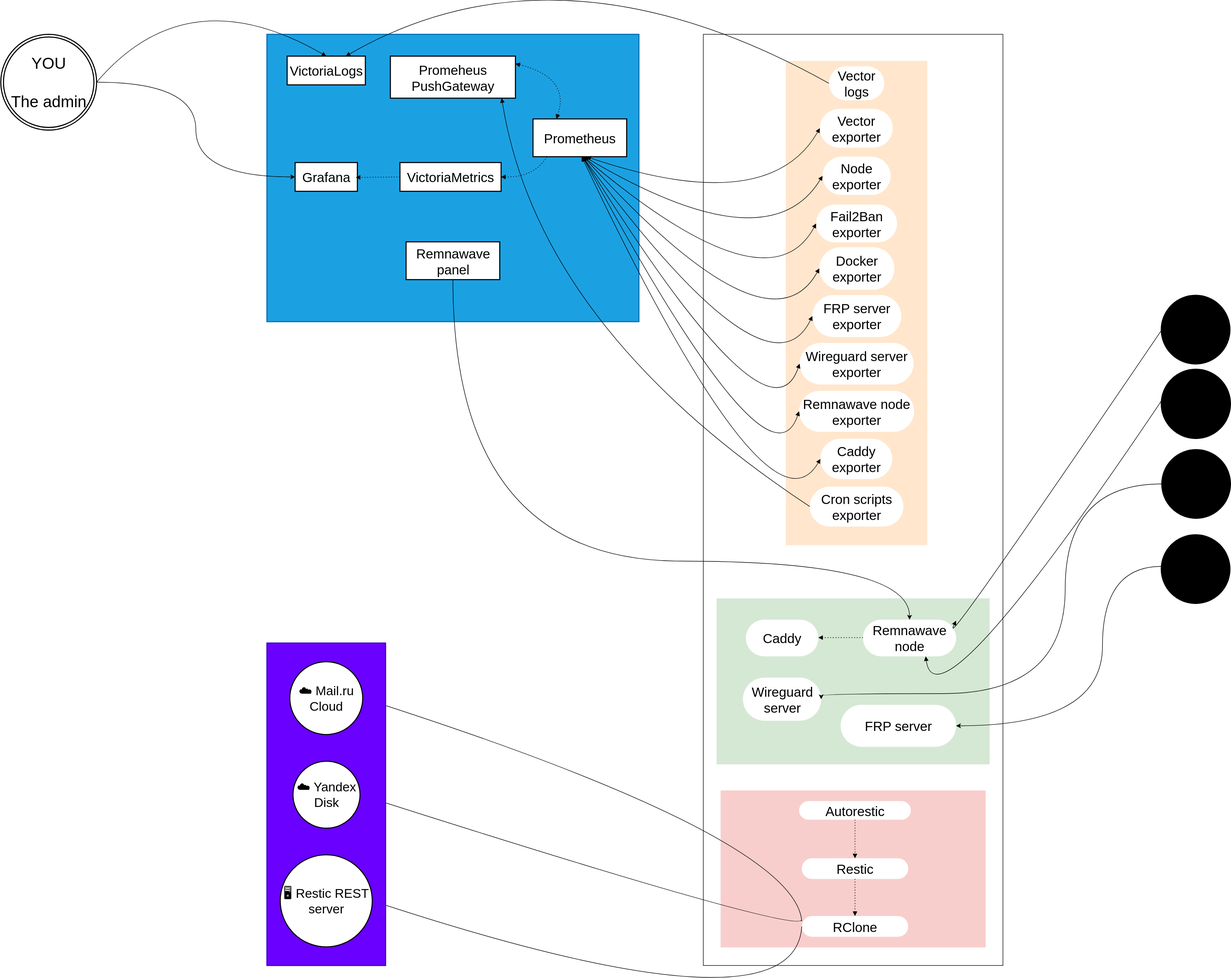
Kenya-West/ansible-my keeps this draw.io diagram as docs/Images/Ansible-my scheme.drawio.svg. Above is the earlier version. Source tidied: cells renumbered, new cells last; positions are measured from the earlier drawing's top-left corner, leaving out a move shared by most shapes.
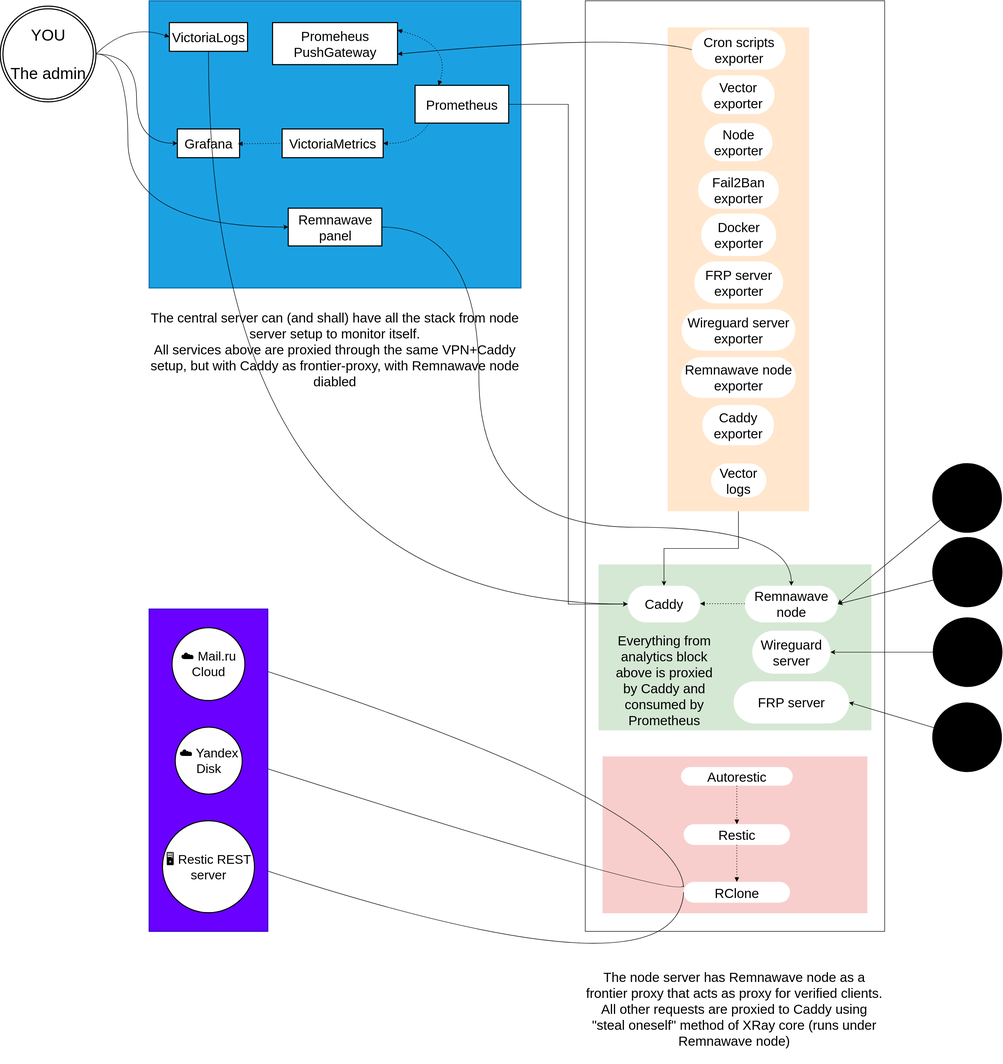
Later version of the same file.

What changed in the source:
```diff
@@ -41,7 +41,7 @@
       </mxGeometry>
     </mxCell>
     <mxCell id="12" style="group;" parent="1" vertex="1">
-      <mxGeometry x="1320" y="190" width="563" height="1750" as="geometry" />
+      <mxGeometry x="1320" y="190" width="730" height="1750" as="geometry" />
     </mxCell>
     <mxCell id="13" parent="12" vertex="1">
       <mxGeometry width="563" height="1750" as="geometry" />
@@ -65,7 +65,7 @@
       <mxGeometry x="50" y="440" width="167" height="79" as="geometry" />
     </mxCell>
     <mxCell id="20" value="Cron scripts exporter" style="rounded=1;whiteSpace=wrap;arcSize=50;strokeWidth=2;fontSize=25;strokeColor=none;" parent="14" vertex="1">
-      <mxGeometry x="45" y="800" width="176" height="75" as="geometry" />
+      <mxGeometry x="45.5" y="4.5" width="176" height="75" as="geometry" />
     </mxCell>
     <mxCell id="21" value="Docker exporter" style="rounded=1;whiteSpace=wrap;arcSize=50;strokeWidth=2;fontSize=25;strokeColor=none;" parent="14" vertex="1">
       <mxGeometry x="63" y="350" width="141" height="80" as="geometry" />
@@ -80,10 +80,10 @@
       <mxGeometry x="64" y="90" width="137" height="73" as="geometry" />
     </mxCell>
     <mxCell id="25" value="Vector logs" style="rounded=1;whiteSpace=wrap;arcSize=50;strokeWidth=2;fontSize=25;strokeColor=none;" parent="14" vertex="1">
-      <mxGeometry x="81" y="10" width="104" height="64" as="geometry" />
+      <mxGeometry x="81.5" y="820" width="104" height="64" as="geometry" />
     </mxCell>
     <mxCell id="26" style="group;" parent="12" vertex="1">
-      <mxGeometry x="25" y="1060" width="513" height="312" as="geometry" />
+      <mxGeometry x="25" y="1060" width="705" height="350" as="geometry" />
     </mxCell>
     <mxCell id="27" style="whiteSpace=wrap;strokeWidth=2;fillColor=#d5e8d4;strokeColor=none;" parent="26" vertex="1">
       <mxGeometry width="513" height="312" as="geometry" />
@@ -95,14 +95,17 @@
       <mxGeometry x="275" y="40" width="175" height="69" as="geometry" />
     </mxCell>
     <mxCell id="30" value="Wireguard server" style="rounded=1;whiteSpace=wrap;arcSize=50;strokeWidth=2;fontSize=25;strokeColor=none;" parent="26" vertex="1">
-      <mxGeometry x="49.5" y="149" width="147" height="81" as="geometry" />
+      <mxGeometry x="289" y="124.5" width="147" height="81" as="geometry" />
     </mxCell>
     <mxCell id="31" value="FRP server" style="rounded=1;whiteSpace=wrap;arcSize=50;strokeWidth=2;fontSize=25;strokeColor=none;" parent="26" vertex="1">
-      <mxGeometry x="233" y="200" width="217" height="79" as="geometry" />
+      <mxGeometry x="254" y="220" width="217" height="79" as="geometry" />
     </mxCell>
     <mxCell id="32" style="curved=1;dashed=1;dashPattern=2 3;startArrow=none;endArrow=block;exitX=0;exitY=0.49;entryX=1.01;entryY=0.49;rounded=0;" parent="26" edge="1" source="29" target="28">
       <mxGeometry relative="1" as="geometry" />
     </mxCell>
+    <mxCell id="71" value="Everything from &lt;font style=&quot;color: light-dark(rgb(0, 0, 0), rgb(173, 151, 20));&quot;&gt;analytics&lt;/font&gt; block above is proxied by Caddy and consumed by Prometheus" style="text;strokeColor=none;align=center;fillColor=none;html=1;verticalAlign=middle;whiteSpace=wrap;rounded=0;labelBorderColor=none;textShadow=0;labelBackgroundColor=none;fontSize=25;" parent="26" vertex="1">
+      <mxGeometry x="15.5" y="124.5" width="215" height="185.5" as="geometry" />
+    </mxCell>
     <mxCell id="33" style="group;" parent="12" vertex="1">
       <mxGeometry x="32.5" y="1421" width="498" height="295" as="geometry" />
     </mxCell>
@@ -124,20 +127,37 @@
     <mxCell id="39" style="edgeStyle=orthogonalEdgeStyle;rounded=0;jettySize=auto;html=1;entryX=0.5;entryY=0;entryDx=0;entryDy=0;dashed=1;dashPattern=2 3;strokeColor=default;align=center;verticalAlign=middle;fontFamily=Helvetica;fontSize=11;fontColor=default;labelBackgroundColor=default;startArrow=none;endArrow=block;curved=1;" parent="33" edge="1" source="36" target="37">
       <mxGeometry relative="1" as="geometry" />
     </mxCell>
+    <mxCell id="72" style="edgeStyle=orthogonalEdgeStyle;rounded=0;jettySize=auto;html=1;" parent="12" edge="1" source="15" target="28">
+      <mxGeometry relative="1" as="geometry" />
+    </mxCell>
     <mxCell id="40" style="group;fillColor=light-dark(#FFFFFF,#616161);" parent="1" vertex="1">
       <mxGeometry x="500" y="1334" width="223" height="606" as="geometry" />
     </mxCell>
+    <mxCell id="57" style="rounded=0;jettySize=auto;html=1;entryX=1;entryY=0.5;entryDx=0;entryDy=0;" parent="1" edge="1" source="41" target="29">
+      <mxGeometry relative="1" as="geometry" />
+    </mxCell>
     <mxCell id="41" value="Website&#10;user" style="ellipse;fillColor=strokeColor;fontColor=light-dark(#000000,#0F0F0F);fontSize=30;" parent="1" vertex="1">
-      <mxGeometry x="2180" y="819" width="131" height="131" as="geometry" />
+      <mxGeometry x="1973" y="1199" width="131" height="131" as="geometry" />
     </mxCell>
+    <mxCell id="58" style="rounded=0;jettySize=auto;html=1;entryX=1;entryY=0.5;entryDx=0;entryDy=0;" parent="1" edge="1" source="42" target="29">
+      <mxGeometry relative="1" as="geometry" />
+    </mxCell>
     <mxCell id="42" value="VPN&#10;user" style="ellipse;fillColor=strokeColor;fontColor=light-dark(#000000,#0F0F0F);fontSize=30;" parent="1" vertex="1">
-      <mxGeometry x="2180" y="680" width="130" height="130" as="geometry" />
+      <mxGeometry x="1973" y="1060" width="130" height="130" as="geometry" />
     </mxCell>
     <mxCell id="43" style="edgeStyle=orthogonalEdgeStyle;rounded=0;jettySize=auto;html=1;entryX=0;entryY=0.5;entryDx=0;entryDy=0;curved=1;" parent="1" edge="1" source="44" target="5">
       <mxGeometry relative="1" as="geometry" />
     </mxCell>
+    <mxCell id="73" style="edgeStyle=orthogonalEdgeStyle;rounded=0;jettySize=auto;html=1;entryX=0;entryY=0.5;entryDx=0;entryDy=0;curved=1;exitX=1;exitY=0.5;exitDx=0;exitDy=0;" parent="1" edge="1" source="44" target="9">
+      <mxGeometry relative="1" as="geometry">
+        <Array as="points">
+          <mxPoint x="460" y="290" />
+          <mxPoint x="460" y="615" />
+        </Array>
+      </mxGeometry>
+    </mxCell>
     <mxCell id="44" value="YOU&#10;&#10;The admin" style="ellipse;shape=doubleEllipse;strokeWidth=2;whiteSpace=wrap;fontSize=30;" parent="1" vertex="1">
-      <mxGeometry y="190" width="180" height="180" as="geometry" />
+      <mxGeometry x="220" y="200" width="180" height="180" as="geometry" />
     </mxCell>
     <mxCell id="45" style="curved=1;startArrow=none;endArrow=block;exitX=0;exitY=0.25;entryX=1;entryY=0.5;rounded=0;exitDx=0;exitDy=0;" parent="1" edge="1" source="37" target="66">
       <mxGeometry relative="1" as="geometry">
@@ -160,117 +180,31 @@
         </Array>
       </mxGeometry>
     </mxCell>
-    <mxCell id="48" style="curved=1;startArrow=block;endArrow=block;exitX=0;exitY=0.5;entryX=0.52;entryY=1;rounded=0;" parent="1" edge="1" source="16" target="4">
-      <mxGeometry relative="1" as="geometry">
-        <Array as="points">
-          <mxPoint x="1442" y="1158" />
-        </Array>
-      </mxGeometry>
-    </mxCell>
-    <mxCell id="49" style="curved=1;startArrow=block;endArrow=block;exitX=0;exitY=0.5;entryX=0.53;entryY=1;rounded=0;" parent="1" edge="1" source="17" target="4">
-      <mxGeometry relative="1" as="geometry">
-        <Array as="points">
-          <mxPoint x="1442" y="1069" />
-        </Array>
-      </mxGeometry>
-    </mxCell>
-    <mxCell id="50" style="curved=1;startArrow=block;endArrow=block;exitX=0;exitY=0.5;entryX=0.53;entryY=1;rounded=0;" parent="1" edge="1" source="18" target="4">
-      <mxGeometry relative="1" as="geometry">
-        <Array as="points">
-          <mxPoint x="1442" y="980" />
-        </Array>
-      </mxGeometry>
-    </mxCell>
-    <mxCell id="51" style="curved=1;startArrow=block;endArrow=block;exitX=0;exitY=0.5;entryX=0.53;entryY=1;rounded=0;" parent="1" edge="1" source="19" target="4">
-      <mxGeometry relative="1" as="geometry">
-        <Array as="points">
-          <mxPoint x="1442" y="891" />
-        </Array>
-      </mxGeometry>
-    </mxCell>
-    <mxCell id="52" style="curved=1;startArrow=block;endArrow=block;exitX=0;exitY=0.5;entryX=0.54;entryY=1;rounded=0;" parent="1" edge="1" source="21" target="4">
-      <mxGeometry relative="1" as="geometry">
-        <Array as="points">
-          <mxPoint x="1442" y="802" />
-        </Array>
-      </mxGeometry>
-    </mxCell>
-    <mxCell id="53" style="curved=1;startArrow=block;endArrow=block;exitX=0;exitY=0.5;entryX=0.54;entryY=1;rounded=0;" parent="1" edge="1" source="22" target="4">
-      <mxGeometry relative="1" as="geometry">
-        <Array as="points">
-          <mxPoint x="1442" y="713" />
-        </Array>
-      </mxGeometry>
-    </mxCell>
-    <mxCell id="54" style="curved=1;startArrow=block;endArrow=block;exitX=0;exitY=0.5;entryX=0.55;entryY=1;rounded=0;" parent="1" edge="1" source="23" target="4">
-      <mxGeometry relative="1" as="geometry">
-        <Array as="points">
-          <mxPoint x="1442" y="624" />
-        </Array>
-      </mxGeometry>
-    </mxCell>
-    <mxCell id="55" style="curved=1;startArrow=block;endArrow=block;exitX=0;exitY=0.5;entryX=0.57;entryY=1;rounded=0;" parent="1" edge="1" source="24" target="4">
-      <mxGeometry relative="1" as="geometry">
-        <Array as="points">
-          <mxPoint x="1442" y="535" />
-        </Array>
-      </mxGeometry>
-    </mxCell>
-    <mxCell id="56" style="curved=1;startArrow=none;endArrow=block;exitX=0;exitY=0.5;entryX=0.89;entryY=1;rounded=0;" parent="1" edge="1" source="20" target="8">
+    <mxCell id="56" style="curved=1;startArrow=none;endArrow=block;exitX=0;exitY=0.5;entryX=1;entryY=0.75;rounded=0;entryDx=0;entryDy=0;" parent="1" edge="1" source="20" target="8">
       <mxGeometry relative="1" as="geometry">
         <Array as="points">
-          <mxPoint x="1010" y="740" />
+          <mxPoint x="1400" y="250" />
         </Array>
       </mxGeometry>
     </mxCell>
-    <mxCell id="57" style="curved=1;startArrow=none;endArrow=block;exitX=-0.02;exitY=0.46;entryX=0.67;entryY=0.99;rounded=0;" parent="1" edge="1" source="41" target="29">
-      <mxGeometry relative="1" as="geometry">
-        <Array as="points">
-          <mxPoint x="1758" y="1507" />
-        </Array>
-      </mxGeometry>
-    </mxCell>
-    <mxCell id="58" style="curved=1;startArrow=none;endArrow=block;exitX=-0.02;exitY=0.52;entryX=1;entryY=0.03;rounded=0;" parent="1" edge="1" source="42" target="29">
-      <mxGeometry relative="1" as="geometry">
-        <Array as="points">
-          <mxPoint x="1758" y="1368" />
-        </Array>
-      </mxGeometry>
-    </mxCell>
-    <mxCell id="59" style="curved=1;startArrow=none;endArrow=block;exitX=0;exitY=0.5;entryX=0.75;entryY=0;rounded=0;entryDx=0;entryDy=0;" parent="1" edge="1" source="25" target="7">
-      <mxGeometry relative="1" as="geometry">
-        <Array as="points">
-          <mxPoint x="1050" />
-        </Array>
-      </mxGeometry>
-    </mxCell>
-    <mxCell id="60" style="curved=1;startArrow=none;endArrow=block;exitX=1;exitY=0.5;entryX=0.5;entryY=0;rounded=0;entryDx=0;entryDy=0;exitDx=0;exitDy=0;" parent="1" edge="1" source="44" target="7">
+    <mxCell id="60" style="curved=1;startArrow=none;endArrow=block;exitX=1;exitY=0.5;entryX=0;entryY=0.5;rounded=0;entryDx=0;entryDy=0;exitDx=0;exitDy=0;" parent="1" edge="1" source="44" target="7">
       <mxGeometry relative="1" as="geometry">
         <Array as="points">
-          <mxPoint x="350" y="80" />
+          <mxPoint x="460" y="231" />
         </Array>
       </mxGeometry>
     </mxCell>
-    <mxCell id="61" style="edgeStyle=orthogonalEdgeStyle;rounded=0;jettySize=auto;html=1;entryX=1;entryY=0.5;entryDx=0;entryDy=0;curved=1;exitX=0;exitY=0.5;exitDx=0;exitDy=0;strokeColor=default;flowAnimation=0;" parent="1" edge="1" source="62" target="30">
-      <mxGeometry relative="1" as="geometry">
-        <Array as="points">
-          <mxPoint x="2000" y="1035" />
-          <mxPoint x="2000" y="1429" />
-        </Array>
-      </mxGeometry>
+    <mxCell id="61" style="rounded=0;jettySize=auto;html=1;exitX=0;exitY=0.5;exitDx=0;exitDy=0;entryX=1;entryY=0.5;entryDx=0;entryDy=0;" parent="1" edge="1" source="62" target="30">
+      <mxGeometry relative="1" as="geometry" />
     </mxCell>
     <mxCell id="62" value="WG&#10;user" style="ellipse;fillColor=strokeColor;fontColor=light-dark(#000000,#0F0F0F);fontSize=30;" parent="1" vertex="1">
-      <mxGeometry x="2181" y="970" width="130" height="130" as="geometry" />
+      <mxGeometry x="1974" y="1350" width="130" height="130" as="geometry" />
     </mxCell>
-    <mxCell id="63" style="edgeStyle=orthogonalEdgeStyle;rounded=0;jettySize=auto;html=1;entryX=1;entryY=0.5;entryDx=0;entryDy=0;curved=1;" parent="1" edge="1" source="64" target="31">
-      <mxGeometry relative="1" as="geometry">
-        <Array as="points">
-          <mxPoint x="2070" y="1190" />
-        </Array>
-      </mxGeometry>
+    <mxCell id="63" style="rounded=0;jettySize=auto;html=1;entryX=1;entryY=0.5;entryDx=0;entryDy=0;" parent="1" edge="1" source="64" target="31">
+      <mxGeometry relative="1" as="geometry" />
     </mxCell>
     <mxCell id="64" value="FRP&#10;user" style="ellipse;fillColor=strokeColor;fontColor=light-dark(#000000,#0F0F0F);fontSize=30;" parent="1" vertex="1">
-      <mxGeometry x="2180" y="1130" width="130" height="130" as="geometry" />
+      <mxGeometry x="1973" y="1510" width="130" height="130" as="geometry" />
     </mxCell>
     <mxCell id="65" value="Cloud Storage" style="whiteSpace=wrap;strokeWidth=2;fillColor=light-dark(#6A00FF,#291A29);fontColor=#ffffff;strokeColor=#3700CC;" parent="1" vertex="1">
       <mxGeometry x="500" y="1334" width="223" height="606" as="geometry" />
@@ -292,13 +226,26 @@
         </Array>
       </mxGeometry>
     </mxCell>
-    <mxCell id="70" style="edgeStyle=orthogonalEdgeStyle;rounded=0;jettySize=auto;html=1;entryX=0.5;entryY=0;entryDx=0;entryDy=0;curved=1;" parent="1" edge="1" source="9" target="29">
+    <mxCell id="70" style="edgeStyle=orthogonalEdgeStyle;rounded=0;jettySize=auto;html=1;entryX=0.5;entryY=0;entryDx=0;entryDy=0;curved=1;exitX=1;exitY=0.5;exitDx=0;exitDy=0;" parent="1" edge="1" source="9" target="29">
       <mxGeometry relative="1" as="geometry">
         <Array as="points">
-          <mxPoint x="850" y="1180" />
+          <mxPoint x="1120" y="616" />
+          <mxPoint x="1120" y="1180" />
           <mxPoint x="1708" y="1180" />
         </Array>
       </mxGeometry>
     </mxCell>
+    <mxCell id="74" value="&lt;font&gt;The central server can (and shall) have all the stack from node server&amp;nbsp;&lt;/font&gt;&lt;span&gt;setup to monitor itself.&lt;/span&gt;&lt;div&gt;&lt;span&gt;All services above are proxied through the same VPN+Caddy setup, but with Caddy as frontier-proxy, with Remnawave node diabled&lt;/span&gt;&lt;/div&gt;" style="text;strokeColor=none;align=center;fillColor=none;html=1;verticalAlign=middle;whiteSpace=wrap;rounded=0;labelBorderColor=none;textShadow=0;labelBackgroundColor=none;fontSize=25;" parent="1" vertex="1">
+      <mxGeometry x="499" y="740" width="700" height="210" as="geometry" />
+    </mxCell>
+    <mxCell id="75" value="&lt;font&gt;The node server has Remnawave node as a frontier proxy that acts as proxy for verified clients&lt;/font&gt;&lt;span&gt;.&lt;/span&gt;&lt;div&gt;&lt;span&gt;All other requests are proxied to Caddy using &quot;steal oneself&quot; method of XRay core (runs under Remnawave node)&lt;/span&gt;&lt;/div&gt;" style="text;strokeColor=none;align=center;fillColor=none;html=1;verticalAlign=middle;whiteSpace=wrap;rounded=0;labelBorderColor=none;textShadow=0;labelBackgroundColor=none;fontSize=25;" parent="1" vertex="1">
+      <mxGeometry x="1320" y="1980" width="560" height="210" as="geometry" />
+    </mxCell>
+    <mxCell id="76" style="edgeStyle=orthogonalEdgeStyle;rounded=0;jettySize=auto;html=1;entryX=0;entryY=0.5;entryDx=0;entryDy=0;" parent="1" edge="1" source="4" target="28">
+      <mxGeometry relative="1" as="geometry" />
+    </mxCell>
+    <mxCell id="77" style="edgeStyle=orthogonalEdgeStyle;rounded=0;jettySize=auto;html=1;entryX=0;entryY=0.5;entryDx=0;entryDy=0;curved=1;exitX=0.5;exitY=1;exitDx=0;exitDy=0;" parent="1" edge="1" source="7" target="28">
+      <mxGeometry relative="1" as="geometry" />
+    </mxCell>
   </root>
 </mxGraphModel>
```
